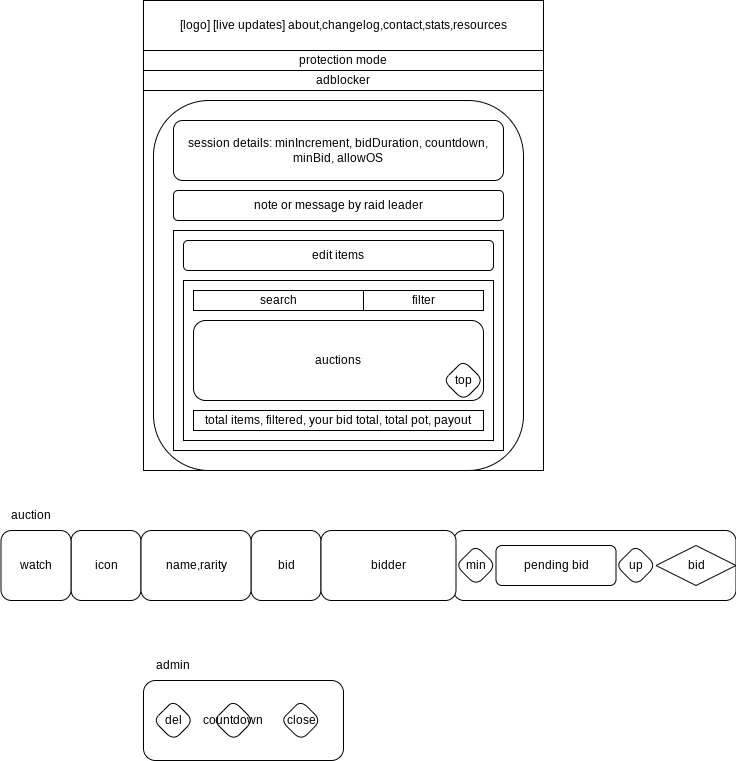
This is frontend/ui.drawio.png from sogladev/auction, a draw.io export, as it was before one commit. Source tidied: cells renumbered, new cells last; positions are measured from the earlier drawing's top-left corner, leaving out a move shared by most shapes. The source it was exported from:
```xml
<mxGraphModel>
  <root>
    <mxCell id="0" />
    <mxCell id="1" parent="0" />
    <mxCell id="2" style="rounded=1;whiteSpace=wrap;html=1;shadow=0;glass=0;sketch=0;" parent="1" vertex="1">
      <mxGeometry x="452" y="530" width="282.5" height="70" as="geometry" />
    </mxCell>
    <mxCell id="3" style="rounded=0;whiteSpace=wrap;html=1;" parent="1" vertex="1">
      <mxGeometry x="142" width="400" height="470" as="geometry" />
    </mxCell>
    <mxCell id="4" value="[logo] [live updates] about,changelog,contact,stats,resources" style="rounded=0;whiteSpace=wrap;html=1;" parent="1" vertex="1">
      <mxGeometry x="142" width="400" height="50" as="geometry" />
    </mxCell>
    <mxCell id="5" style="ellipse;whiteSpace=wrap;html=1;" parent="1" vertex="1">
      <mxGeometry x="362" y="150" width="80" height="80" as="geometry" />
    </mxCell>
    <mxCell id="6" value="protection mode" style="rounded=0;whiteSpace=wrap;html=1;" parent="1" vertex="1">
      <mxGeometry x="142" y="50" width="400" height="20" as="geometry" />
    </mxCell>
    <mxCell id="7" value="adblocker" style="rounded=0;whiteSpace=wrap;html=1;" parent="1" vertex="1">
      <mxGeometry x="142" y="70" width="400" height="20" as="geometry" />
    </mxCell>
    <mxCell id="8" style="whiteSpace=wrap;html=1;rounded=1;glass=0;shadow=0;" parent="1" vertex="1">
      <mxGeometry x="152" y="100" width="370" height="370" as="geometry" />
    </mxCell>
    <mxCell id="9" value="session details: minIncrement, bidDuration, countdown, minBid, allowOS" style="rounded=1;whiteSpace=wrap;html=1;shadow=0;glass=0;sketch=0;" parent="1" vertex="1">
      <mxGeometry x="172" y="120" width="330" height="60" as="geometry" />
    </mxCell>
    <mxCell id="10" value="note or message by raid leader" style="rounded=1;whiteSpace=wrap;html=1;shadow=0;glass=0;sketch=0;" parent="1" vertex="1">
      <mxGeometry x="172" y="190" width="330" height="30" as="geometry" />
    </mxCell>
    <mxCell id="11" style="rounded=0;whiteSpace=wrap;html=1;shadow=0;glass=0;sketch=0;" parent="1" vertex="1">
      <mxGeometry x="172" y="230" width="330" height="220" as="geometry" />
    </mxCell>
    <mxCell id="12" value="edit items" style="rounded=1;whiteSpace=wrap;html=1;shadow=0;glass=0;sketch=0;" parent="1" vertex="1">
      <mxGeometry x="182" y="240" width="310" height="30" as="geometry" />
    </mxCell>
    <mxCell id="13" style="rounded=0;whiteSpace=wrap;html=1;shadow=0;glass=0;sketch=0;" parent="1" vertex="1">
      <mxGeometry x="182" y="280" width="310" height="160" as="geometry" />
    </mxCell>
    <mxCell id="14" value="icon" style="whiteSpace=wrap;html=1;rounded=1;shadow=0;glass=0;sketch=0;" parent="1" vertex="1">
      <mxGeometry x="69.5" y="530" width="70" height="70" as="geometry" />
    </mxCell>
    <mxCell id="15" value="bid" style="whiteSpace=wrap;html=1;rounded=1;shadow=0;glass=0;sketch=0;" parent="1" vertex="1">
      <mxGeometry x="249.5" y="530" width="70" height="70" as="geometry" />
    </mxCell>
    <mxCell id="16" value="bidder" style="rounded=1;whiteSpace=wrap;html=1;shadow=0;glass=0;sketch=0;" parent="1" vertex="1">
      <mxGeometry x="319.5" y="530" width="135" height="70" as="geometry" />
    </mxCell>
    <mxCell id="17" value="name,rarity" style="rounded=1;whiteSpace=wrap;html=1;shadow=0;glass=0;sketch=0;" parent="1" vertex="1">
      <mxGeometry x="139.5" y="530" width="110" height="70" as="geometry" />
    </mxCell>
    <mxCell id="18" value="min" style="rhombus;whiteSpace=wrap;html=1;rounded=1;shadow=0;glass=0;sketch=0;" parent="1" vertex="1">
      <mxGeometry x="454.5" y="545" width="40" height="40" as="geometry" />
    </mxCell>
    <mxCell id="19" value="pending bid" style="rounded=1;whiteSpace=wrap;html=1;shadow=0;glass=0;sketch=0;" parent="1" vertex="1">
      <mxGeometry x="494.5" y="545" width="120" height="40" as="geometry" />
    </mxCell>
    <mxCell id="20" value="up" style="rhombus;whiteSpace=wrap;html=1;rounded=1;shadow=0;glass=0;sketch=0;" parent="1" vertex="1">
      <mxGeometry x="614.5" y="545" width="40" height="40" as="geometry" />
    </mxCell>
    <mxCell id="21" value="bid" style="rhombus;whiteSpace=wrap;html=1;rounded=1;shadow=0;glass=0;sketch=0;arcSize=0;" parent="1" vertex="1">
      <mxGeometry x="654.5" y="545" width="80" height="40" as="geometry" />
    </mxCell>
    <mxCell id="22" style="rounded=1;whiteSpace=wrap;html=1;shadow=0;glass=0;sketch=0;" parent="1" vertex="1">
      <mxGeometry x="142" y="680" width="200" height="80" as="geometry" />
    </mxCell>
    <mxCell id="23" value="del" style="rhombus;whiteSpace=wrap;html=1;rounded=1;shadow=0;glass=0;sketch=0;" parent="1" vertex="1">
      <mxGeometry x="152" y="700" width="40" height="40" as="geometry" />
    </mxCell>
    <mxCell id="24" value="close" style="rhombus;whiteSpace=wrap;html=1;rounded=1;shadow=0;glass=0;sketch=0;" parent="1" vertex="1">
      <mxGeometry x="279.5" y="700" width="40" height="40" as="geometry" />
    </mxCell>
    <mxCell id="25" value="countdown" style="rhombus;whiteSpace=wrap;html=1;rounded=1;shadow=0;glass=0;sketch=0;" parent="1" vertex="1">
      <mxGeometry x="212" y="700" width="40" height="40" as="geometry" />
    </mxCell>
    <mxCell id="26" value="admin" style="text;html=1;strokeColor=none;fillColor=none;align=center;verticalAlign=middle;whiteSpace=wrap;rounded=0;shadow=0;glass=0;sketch=0;" parent="1" vertex="1">
      <mxGeometry x="142" y="650" width="60" height="30" as="geometry" />
    </mxCell>
    <mxCell id="27" value="auction" style="text;html=1;strokeColor=none;fillColor=none;align=center;verticalAlign=middle;whiteSpace=wrap;rounded=0;shadow=0;glass=0;sketch=0;" parent="1" vertex="1">
      <mxGeometry x="-0.5" y="500" width="60" height="30" as="geometry" />
    </mxCell>
    <mxCell id="28" value="total items, filtered, your bid total, total pot, payout" style="rounded=0;whiteSpace=wrap;html=1;shadow=0;glass=0;sketch=0;" parent="1" vertex="1">
      <mxGeometry x="192" y="410" width="290" height="20" as="geometry" />
    </mxCell>
    <mxCell id="29" value="search" style="rounded=0;whiteSpace=wrap;html=1;shadow=0;glass=0;sketch=0;" parent="1" vertex="1">
      <mxGeometry x="192" y="290" width="170" height="20" as="geometry" />
    </mxCell>
    <mxCell id="30" value="filter" style="rounded=0;whiteSpace=wrap;html=1;shadow=0;glass=0;sketch=0;" parent="1" vertex="1">
      <mxGeometry x="362" y="290" width="120" height="20" as="geometry" />
    </mxCell>
    <mxCell id="31" value="auctions" style="rounded=1;whiteSpace=wrap;html=1;shadow=0;glass=0;sketch=0;" parent="1" vertex="1">
      <mxGeometry x="192" y="320" width="290" height="80" as="geometry" />
    </mxCell>
    <mxCell id="32" value="top" style="rhombus;whiteSpace=wrap;html=1;rounded=1;shadow=0;glass=0;sketch=0;" parent="1" vertex="1">
      <mxGeometry x="442" y="360" width="40" height="40" as="geometry" />
    </mxCell>
    <mxCell id="33" value="watch" style="whiteSpace=wrap;html=1;rounded=1;shadow=0;glass=0;sketch=0;" parent="1" vertex="1">
      <mxGeometry x="-0.5" y="530" width="70" height="70" as="geometry" />
    </mxCell>
  </root>
</mxGraphModel>
```
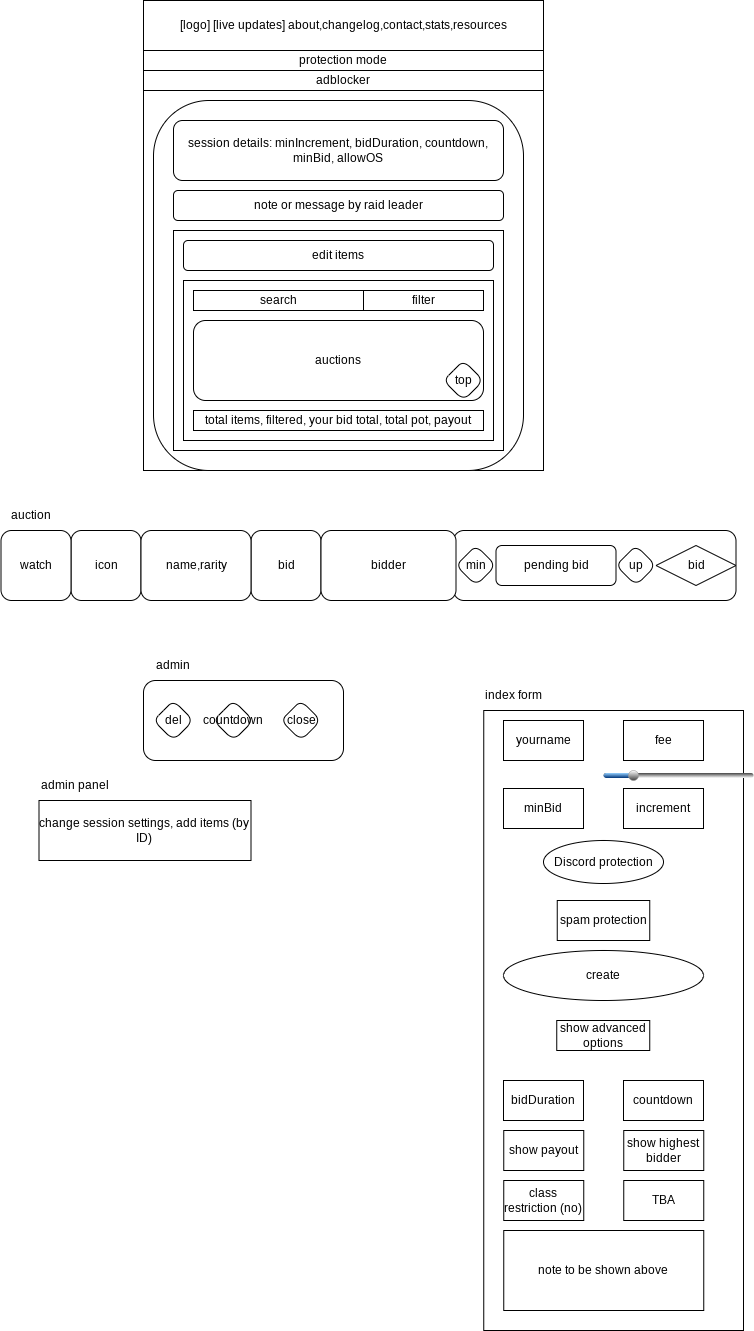
After the change.

What changed in the source:
```diff
@@ -2,6 +2,9 @@
   <root>
     <mxCell id="0" />
     <mxCell id="1" parent="0" />
+    <mxCell id="34" style="rounded=0;whiteSpace=wrap;html=1;sketch=0;gradientColor=none;" parent="1" vertex="1">
+      <mxGeometry x="482.2" y="710" width="259.8" height="620" as="geometry" />
+    </mxCell>
     <mxCell id="2" style="rounded=1;whiteSpace=wrap;html=1;shadow=0;glass=0;sketch=0;" parent="1" vertex="1">
       <mxGeometry x="452" y="530" width="282.5" height="70" as="geometry" />
     </mxCell>
@@ -98,5 +101,62 @@
     <mxCell id="33" value="watch" style="whiteSpace=wrap;html=1;rounded=1;shadow=0;glass=0;sketch=0;" parent="1" vertex="1">
       <mxGeometry x="-0.5" y="530" width="70" height="70" as="geometry" />
     </mxCell>
+    <mxCell id="35" value="create" style="ellipse;whiteSpace=wrap;html=1;" parent="1" vertex="1">
+      <mxGeometry x="502" y="950" width="200" height="50" as="geometry" />
+    </mxCell>
+    <mxCell id="36" value="yourname" style="rounded=0;whiteSpace=wrap;html=1;" parent="1" vertex="1">
+      <mxGeometry x="502" y="720" width="80" height="40" as="geometry" />
+    </mxCell>
+    <mxCell id="37" value="fee" style="rounded=0;whiteSpace=wrap;html=1;" parent="1" vertex="1">
+      <mxGeometry x="622" y="720" width="80" height="40" as="geometry" />
+    </mxCell>
+    <mxCell id="38" value="spam protection" style="rounded=0;whiteSpace=wrap;html=1;" parent="1" vertex="1">
+      <mxGeometry x="555.8" y="900" width="92.5" height="40" as="geometry" />
+    </mxCell>
+    <mxCell id="39" value="Discord protection" style="ellipse;whiteSpace=wrap;html=1;gradientColor=none;" parent="1" vertex="1">
+      <mxGeometry x="542" y="840" width="120" height="43" as="geometry" />
+    </mxCell>
+    <mxCell id="40" value="show advanced options" style="rounded=0;whiteSpace=wrap;html=1;sketch=0;gradientColor=none;" parent="1" vertex="1">
+      <mxGeometry x="555.2" y="1020" width="93" height="30" as="geometry" />
+    </mxCell>
+    <mxCell id="41" value="minBid" style="rounded=0;whiteSpace=wrap;html=1;" parent="1" vertex="1">
+      <mxGeometry x="502" y="788" width="80" height="40" as="geometry" />
+    </mxCell>
+    <mxCell id="42" style="verticalLabelPosition=bottom;verticalAlign=top;html=1;shadow=0;dashed=0;strokeWidth=1;shape=mxgraph.ios.iSlider;barPos=20;sketch=0;gradientColor=none;" parent="1" vertex="1">
+      <mxGeometry x="602" y="770" width="150" height="10" as="geometry" />
+    </mxCell>
+    <mxCell id="43" value="increment" style="rounded=0;whiteSpace=wrap;html=1;" parent="1" vertex="1">
+      <mxGeometry x="622" y="788" width="80" height="40" as="geometry" />
+    </mxCell>
+    <mxCell id="44" value="bidDuration" style="rounded=0;whiteSpace=wrap;html=1;" parent="1" vertex="1">
+      <mxGeometry x="502" y="1080" width="80" height="40" as="geometry" />
+    </mxCell>
+    <mxCell id="45" value="countdown" style="rounded=0;whiteSpace=wrap;html=1;" parent="1" vertex="1">
+      <mxGeometry x="622" y="1080" width="80" height="40" as="geometry" />
+    </mxCell>
+    <mxCell id="46" value="show payout" style="rounded=0;whiteSpace=wrap;html=1;" parent="1" vertex="1">
+      <mxGeometry x="502.2" y="1130" width="80" height="40" as="geometry" />
+    </mxCell>
+    <mxCell id="47" value="show highest bidder" style="rounded=0;whiteSpace=wrap;html=1;" parent="1" vertex="1">
+      <mxGeometry x="622.2" y="1130" width="80" height="40" as="geometry" />
+    </mxCell>
+    <mxCell id="48" value="class restriction (no)" style="rounded=0;whiteSpace=wrap;html=1;" parent="1" vertex="1">
+      <mxGeometry x="502.2" y="1180" width="80" height="40" as="geometry" />
+    </mxCell>
+    <mxCell id="49" value="note to be shown above" style="rounded=0;whiteSpace=wrap;html=1;sketch=0;gradientColor=none;" parent="1" vertex="1">
+      <mxGeometry x="502.2" y="1230" width="200" height="80" as="geometry" />
+    </mxCell>
+    <mxCell id="50" value="TBA" style="rounded=0;whiteSpace=wrap;html=1;" parent="1" vertex="1">
+      <mxGeometry x="622.2" y="1180" width="80" height="40" as="geometry" />
+    </mxCell>
+    <mxCell id="51" value="index form" style="text;html=1;strokeColor=none;fillColor=none;align=center;verticalAlign=middle;whiteSpace=wrap;rounded=0;sketch=0;" parent="1" vertex="1">
+      <mxGeometry x="482" y="680" width="60" height="30" as="geometry" />
+    </mxCell>
+    <mxCell id="52" value="change session settings, add items (by ID)" style="rounded=0;whiteSpace=wrap;html=1;sketch=0;gradientColor=none;" parent="1" vertex="1">
+      <mxGeometry x="37.5" y="800" width="212" height="60" as="geometry" />
+    </mxCell>
+    <mxCell id="53" value="admin panel" style="text;html=1;strokeColor=none;fillColor=none;align=center;verticalAlign=middle;whiteSpace=wrap;rounded=0;sketch=0;" parent="1" vertex="1">
+      <mxGeometry x="32" y="770" width="84" height="30" as="geometry" />
+    </mxCell>
   </root>
 </mxGraphModel>
```
